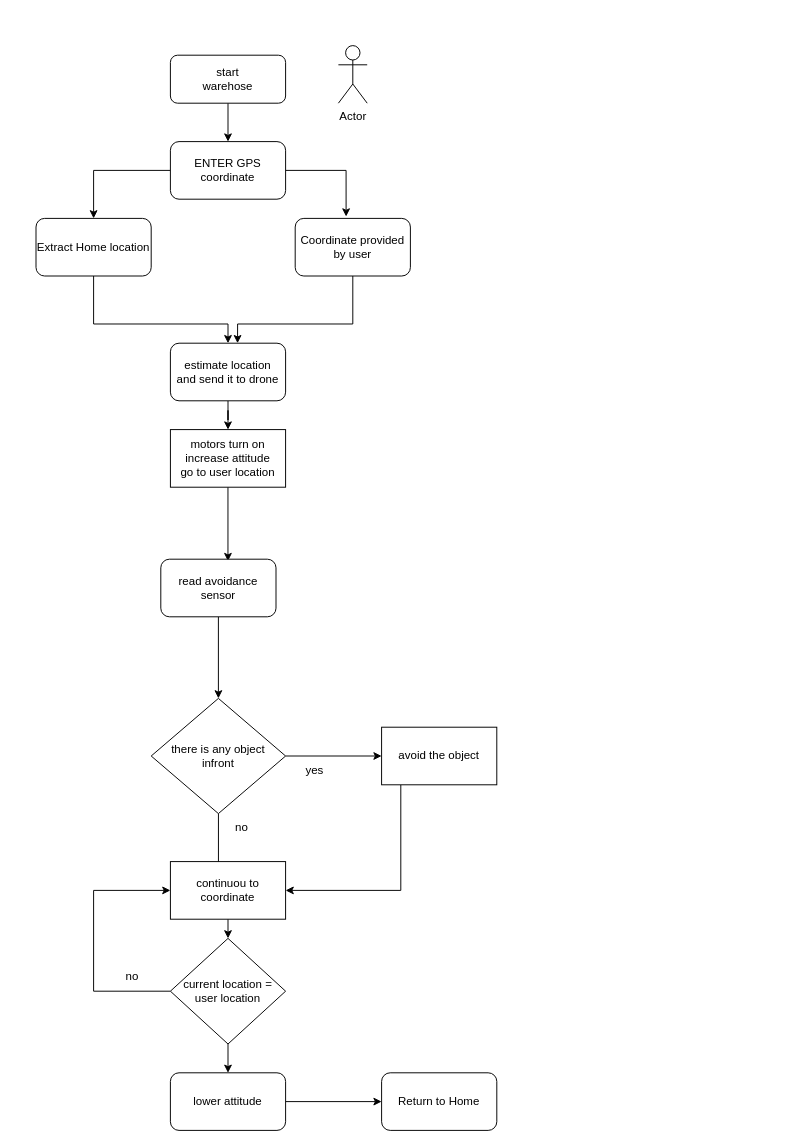
Above: Untitled Diagram.drawio in Mr-koanti/Mr-koanti.github.io (draw.io), before the change. Source tidied: cells renumbered, new cells numbered last; positions are measured from the earlier drawing's top-left corner, leaving out a move shared by most shapes. Both pictures are drawn from the tidied source at 96%, with x=0, y=0 at pixel (36, 45).
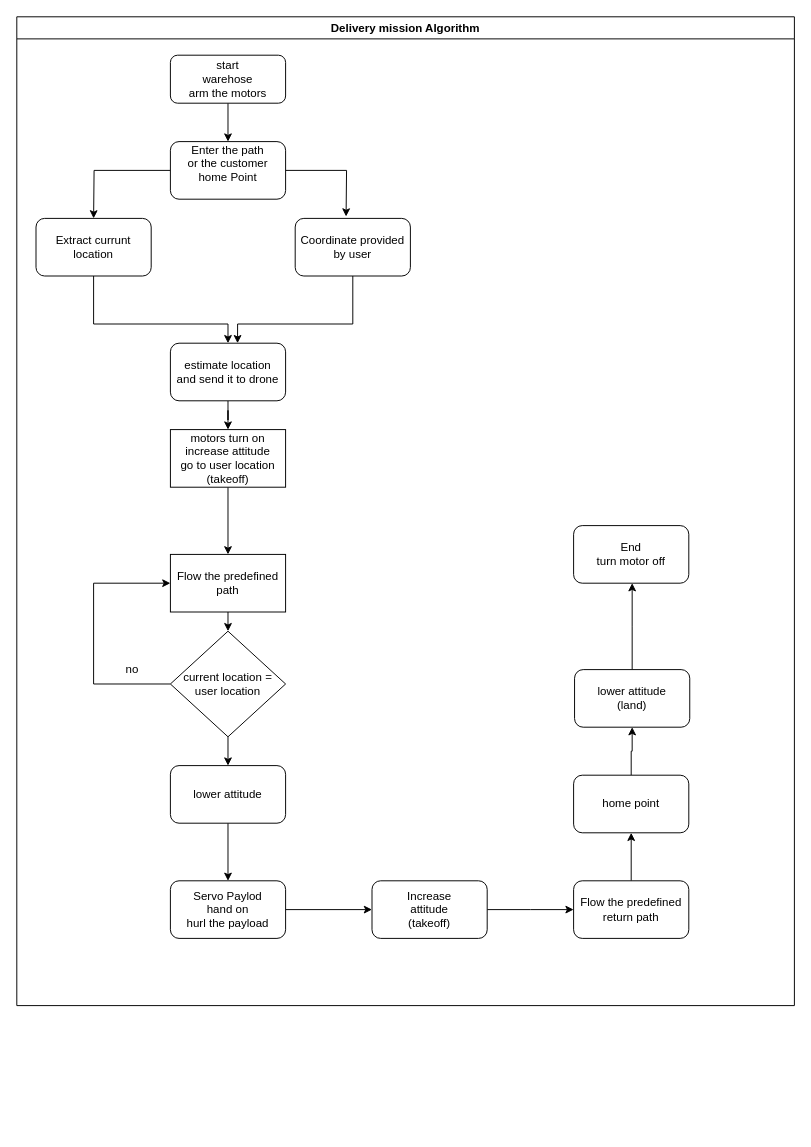
After the change.

Unchanged cells that the change refers to:
```xml
<mxCell id="8" value="&lt;div&gt;Coordinate provided &lt;br&gt;&lt;/div&gt;&lt;div&gt;by user&lt;br&gt; &lt;/div&gt;" style="rounded=1;whiteSpace=wrap;html=1;" parent="1" vertex="1">
  <mxGeometry x="270" y="180" width="120" height="60" as="geometry" />
</mxCell>
<mxCell id="12" value="&lt;div&gt;estimate location&lt;/div&gt;&lt;div&gt;and send it to drone&lt;br&gt; &lt;/div&gt;" style="rounded=1;whiteSpace=wrap;html=1;" parent="1" vertex="1">
  <mxGeometry x="140" y="310" width="120" height="60" as="geometry" />
</mxCell>
```

Change to the diagram source:
```diff
@@
-    <mxCell id="3" value="&lt;div&gt;start&lt;/div&gt;&lt;div&gt;warehose&lt;br&gt;&lt;/div&gt;" style="rounded=1;whiteSpace=wrap;html=1;fontSize=12;glass=0;strokeWidth=1;shadow=0;" parent="1" vertex="1">
+    <mxCell id="3" value="&lt;div&gt;start&lt;/div&gt;&lt;div&gt;warehose&lt;/div&gt;&lt;div&gt;arm the motors&lt;br&gt;&lt;/div&gt;" style="rounded=1;whiteSpace=wrap;html=1;fontSize=12;glass=0;strokeWidth=1;shadow=0;" parent="1" vertex="1">
       <mxGeometry x="140" y="10" width="120" height="50" as="geometry" />
     </mxCell>
-    <mxCell id="4" style="edgeStyle=orthogonalEdgeStyle;rounded=0;jettySize=auto;html=1;entryX=0.442;entryY=-0.033;entryDx=0;entryDy=0;entryPerimeter=0;" parent="1" edge="1" source="6" target="8">
-      <mxGeometry relative="1" as="geometry" />
+    <mxCell id="4" style="edgeStyle=orthogonalEdgeStyle;rounded=0;jettySize=auto;html=1;entryX=0.442;entryY=-0.033;entryDx=0;entryDy=0;entryPerimeter=0;" parent="1" edge="1" source="6">
+      <mxGeometry relative="1" as="geometry">
+        <mxPoint x="323" y="178" as="targetPoint" />
+      </mxGeometry>
     </mxCell>
-    <mxCell id="5" style="edgeStyle=orthogonalEdgeStyle;rounded=0;jettySize=auto;html=1;exitX=0;exitY=0.5;exitDx=0;exitDy=0;entryX=0.5;entryY=0;entryDx=0;entryDy=0;" parent="1" edge="1" source="6" target="10">
-      <mxGeometry relative="1" as="geometry" />
+    <mxCell id="5" style="edgeStyle=orthogonalEdgeStyle;rounded=0;jettySize=auto;html=1;exitX=0;exitY=0.5;exitDx=0;exitDy=0;entryX=0.5;entryY=0;entryDx=0;entryDy=0;" parent="1" edge="1" source="6">
+      <mxGeometry relative="1" as="geometry">
+        <mxPoint x="60" y="180" as="targetPoint" />
+      </mxGeometry>
     </mxCell>
-    <mxCell id="6" value="ENTER GPS coordinate " style="rounded=1;whiteSpace=wrap;html=1;" parent="1" vertex="1">
+    <mxCell id="6" value="&lt;div&gt;Enter the path&lt;/div&gt;&lt;div&gt;or the customer&lt;br&gt;&lt;/div&gt;&lt;div&gt;home Point&lt;br&gt;&lt;/div&gt;&lt;div&gt;&lt;br&gt; &lt;/div&gt;" style="rounded=1;whiteSpace=wrap;html=1;" parent="1" vertex="1">
       <mxGeometry x="140" y="100" width="120" height="60" as="geometry" />
     </mxCell>
-    <mxCell id="7" style="edgeStyle=orthogonalEdgeStyle;rounded=0;jettySize=auto;html=1;entryX=0.583;entryY=0;entryDx=0;entryDy=0;entryPerimeter=0;" parent="1" edge="1" source="8" target="12">
+    <mxCell id="7" style="edgeStyle=orthogonalEdgeStyle;rounded=0;jettySize=auto;html=1;entryX=0.583;entryY=0;entryDx=0;entryDy=0;entryPerimeter=0;" parent="1" edge="1" target="12">
       <mxGeometry relative="1" as="geometry">
+        <mxPoint x="330" y="240" as="sourcePoint" />
         <Array as="points">
           <mxPoint x="330" y="290" />
           <mxPoint x="210" y="290" />
         </Array>
       </mxGeometry>
     </mxCell>
@@
-    <mxCell id="9" style="edgeStyle=orthogonalEdgeStyle;rounded=0;jettySize=auto;html=1;entryX=0.5;entryY=0;entryDx=0;entryDy=0;" parent="1" edge="1" source="10" target="12">
+    <mxCell id="9" style="edgeStyle=orthogonalEdgeStyle;rounded=0;jettySize=auto;html=1;entryX=0.5;entryY=0;entryDx=0;entryDy=0;" parent="1" edge="1" target="12">
       <mxGeometry relative="1" as="geometry">
+        <mxPoint x="60" y="240" as="sourcePoint" />
         <Array as="points">
           <mxPoint x="60" y="290" />
           <mxPoint x="200" y="290" />
         </Array>
       </mxGeometry>
     </mxCell>
-    <mxCell id="10" value="Extract Home location" style="rounded=1;whiteSpace=wrap;html=1;" parent="1" vertex="1">
+    <mxCell id="10" value="Extract currunt location" style="rounded=1;whiteSpace=wrap;html=1;" parent="1" vertex="1">
       <mxGeometry y="180" width="120" height="60" as="geometry" />
     </mxCell>
@@
-    <mxCell id="13" style="edgeStyle=orthogonalEdgeStyle;rounded=0;jettySize=auto;html=1;entryX=0.583;entryY=0.033;entryDx=0;entryDy=0;entryPerimeter=0;" parent="1" edge="1" source="14" target="16">
-      <mxGeometry relative="1" as="geometry" />
-    </mxCell>
+    <mxCell id="34" style="edgeStyle=orthogonalEdgeStyle;rounded=0;jettySize=auto;html=1;" parent="1" edge="1" source="14" target="24">
+      <mxGeometry relative="1" as="geometry" />
+    </mxCell>
-    <mxCell id="14" value="&lt;div&gt;motors turn on&lt;/div&gt;&lt;div&gt;increase attitude&lt;br&gt;&lt;/div&gt;&lt;div&gt;go to user location&lt;br&gt;&lt;/div&gt;" style="rounded=0;whiteSpace=wrap;html=1;" parent="1" vertex="1">
+    <mxCell id="14" value="&lt;div&gt;motors turn on&lt;/div&gt;&lt;div&gt;increase attitude&lt;br&gt;&lt;/div&gt;&lt;div&gt;go to user location&lt;/div&gt;&lt;div&gt;(takeoff)&lt;br&gt;&lt;/div&gt;" style="rounded=0;whiteSpace=wrap;html=1;" parent="1" vertex="1">
       <mxGeometry x="140" y="400" width="120" height="60" as="geometry" />
     </mxCell>
-    <mxCell id="15" style="edgeStyle=orthogonalEdgeStyle;rounded=0;jettySize=auto;html=1;exitX=0.5;exitY=1;exitDx=0;exitDy=0;entryX=0.5;entryY=0;entryDx=0;entryDy=0;" parent="1" edge="1" source="16" target="19">
-      <mxGeometry relative="1" as="geometry" />
-    </mxCell>
-    <mxCell id="16" value="read avoidance sensor" style="rounded=1;whiteSpace=wrap;html=1;" parent="1" vertex="1">
-      <mxGeometry x="130" y="535" width="120" height="60" as="geometry" />
-    </mxCell>
-    <mxCell id="17" style="edgeStyle=orthogonalEdgeStyle;rounded=0;jettySize=auto;html=1;exitX=1;exitY=0.5;exitDx=0;exitDy=0;entryX=0;entryY=0.5;entryDx=0;entryDy=0;" parent="1" edge="1" source="19" target="21">
-      <mxGeometry relative="1" as="geometry" />
-    </mxCell>
-    <mxCell id="18" style="edgeStyle=orthogonalEdgeStyle;rounded=0;jettySize=auto;html=1;entryX=0.417;entryY=0.167;entryDx=0;entryDy=0;entryPerimeter=0;" parent="1" edge="1" source="19" target="24">
-      <mxGeometry relative="1" as="geometry" />
-    </mxCell>
-    <mxCell id="19" value="&lt;div&gt;there is any object&lt;/div&gt;&lt;div&gt;infront&lt;br&gt;&lt;/div&gt;" style="rhombus;whiteSpace=wrap;html=1;" parent="1" vertex="1">
-      <mxGeometry x="120" y="680" width="140" height="120" as="geometry" />
-    </mxCell>
-    <mxCell id="20" style="edgeStyle=orthogonalEdgeStyle;rounded=0;jettySize=auto;html=1;entryX=1;entryY=0.5;entryDx=0;entryDy=0;" parent="1" edge="1" source="21" target="24">
-      <mxGeometry relative="1" as="geometry">
-        <Array as="points">
-          <mxPoint x="380" y="880" />
-          <mxPoint x="260" y="880" />
-        </Array>
-      </mxGeometry>
-    </mxCell>
-    <mxCell id="21" value="avoid the object" style="rounded=0;whiteSpace=wrap;html=1;" parent="1" vertex="1">
-      <mxGeometry x="360" y="710" width="120" height="60" as="geometry" />
-    </mxCell>
-    <mxCell id="22" value="yes" style="text;html=1;align=center;verticalAlign=middle;strokeColor=none;fillColor=none;" parent="1" vertex="1">
-      <mxGeometry x="270" y="740" width="40" height="30" as="geometry" />
-    </mxCell>
@@
-    <mxCell id="24" value="continuou to coordinate" style="rounded=0;whiteSpace=wrap;html=1;" parent="1" vertex="1">
-      <mxGeometry x="140" y="850" width="120" height="60" as="geometry" />
+    <mxCell id="24" value="&lt;div&gt;Flow the predefined &lt;br&gt;&lt;/div&gt;&lt;div&gt;path&lt;br&gt;&lt;/div&gt;" style="rounded=0;whiteSpace=wrap;html=1;" parent="1" vertex="1">
+      <mxGeometry x="140" y="530" width="120" height="60" as="geometry" />
     </mxCell>
-    <mxCell id="25" value="no" style="text;html=1;align=center;verticalAlign=middle;strokeColor=none;fillColor=none;" parent="1" vertex="1">
-      <mxGeometry x="194" y="800" width="40" height="30" as="geometry" />
-    </mxCell>
-    <mxCell id="26" value="Actor" style="shape=umlActor;verticalLabelPosition=bottom;verticalAlign=top;html=1;" parent="1" vertex="1">
-      <mxGeometry x="315" width="30" height="60" as="geometry" />
-    </mxCell>
     <mxCell id="27" style="edgeStyle=orthogonalEdgeStyle;rounded=0;jettySize=auto;html=1;exitX=0;exitY=0.5;exitDx=0;exitDy=0;entryX=0;entryY=0.5;entryDx=0;entryDy=0;" parent="1" edge="1" source="29" target="24">
       <mxGeometry relative="1" as="geometry">
         <Array as="points">
-          <mxPoint x="60" y="985" />
-          <mxPoint x="60" y="880" />
+          <mxPoint x="60" y="665" />
+          <mxPoint x="60" y="560" />
         </Array>
       </mxGeometry>
     </mxCell>
@@
     <mxCell id="29" value="&lt;div&gt;current location =&lt;/div&gt;&lt;div&gt;user location&lt;br&gt;&lt;/div&gt;" style="rhombus;whiteSpace=wrap;html=1;" parent="1" vertex="1">
-      <mxGeometry x="140" y="930" width="120" height="110" as="geometry" />
+      <mxGeometry x="140" y="610" width="120" height="110" as="geometry" />
     </mxCell>
     <mxCell id="30" value="no" style="text;html=1;align=center;verticalAlign=middle;strokeColor=none;fillColor=none;" parent="1" vertex="1">
-      <mxGeometry x="80" y="955" width="40" height="30" as="geometry" />
+      <mxGeometry x="80" y="635" width="40" height="30" as="geometry" />
     </mxCell>
-    <mxCell id="31" style="edgeStyle=orthogonalEdgeStyle;rounded=0;jettySize=auto;html=1;" parent="1" edge="1" source="32" target="33">
-      <mxGeometry relative="1" as="geometry" />
-    </mxCell>
+    <mxCell id="35" style="edgeStyle=orthogonalEdgeStyle;rounded=0;jettySize=auto;html=1;" parent="1" edge="1" source="32">
+      <mxGeometry relative="1" as="geometry">
+        <mxPoint x="200" y="870" as="targetPoint" />
+      </mxGeometry>
+    </mxCell>
     <mxCell id="32" value="lower attitude " style="rounded=1;whiteSpace=wrap;html=1;" parent="1" vertex="1">
-      <mxGeometry x="140" y="1070" width="120" height="60" as="geometry" />
+      <mxGeometry x="140" y="750" width="120" height="60" as="geometry" />
     </mxCell>
+    <mxCell id="36" style="edgeStyle=orthogonalEdgeStyle;rounded=0;jettySize=auto;html=1;" parent="1" edge="1" source="33" target="42">
+      <mxGeometry relative="1" as="geometry" />
+    </mxCell>
-    <mxCell id="33" value="Return to Home" style="rounded=1;whiteSpace=wrap;html=1;" parent="1" vertex="1">
-      <mxGeometry x="360" y="1070" width="120" height="60" as="geometry" />
+    <mxCell id="33" value="&lt;div&gt;Flow the predefined &lt;br&gt;&lt;/div&gt;&lt;div&gt;return path&lt;br&gt;&lt;/div&gt;" style="rounded=1;whiteSpace=wrap;html=1;" parent="1" vertex="1">
+      <mxGeometry x="560" y="870" width="120" height="60" as="geometry" />
     </mxCell>
+    <mxCell id="37" style="edgeStyle=orthogonalEdgeStyle;rounded=0;jettySize=auto;html=1;" parent="1" edge="1" source="38" target="40">
+      <mxGeometry relative="1" as="geometry" />
+    </mxCell>
+    <mxCell id="38" value="&lt;div&gt;Servo Paylod&lt;/div&gt;&lt;div&gt;hand on&lt;/div&gt;&lt;div&gt;hurl the payload&lt;br&gt;&lt;/div&gt;" style="rounded=1;whiteSpace=wrap;html=1;" parent="1" vertex="1">
+      <mxGeometry x="140" y="870" width="120" height="60" as="geometry" />
+    </mxCell>
+    <mxCell id="39" style="edgeStyle=orthogonalEdgeStyle;rounded=0;jettySize=auto;html=1;" parent="1" edge="1" source="40">
+      <mxGeometry relative="1" as="geometry">
+        <mxPoint x="560" y="900" as="targetPoint" />
+      </mxGeometry>
+    </mxCell>
+    <mxCell id="40" value="&lt;div&gt;Increase &lt;br&gt;&lt;/div&gt;&lt;div&gt;attitude &lt;br&gt;&lt;/div&gt;&lt;div&gt;(takeoff)&lt;br&gt;&lt;/div&gt;" style="rounded=1;whiteSpace=wrap;html=1;" parent="1" vertex="1">
+      <mxGeometry x="350" y="870" width="120" height="60" as="geometry" />
+    </mxCell>
+    <mxCell id="41" style="edgeStyle=orthogonalEdgeStyle;rounded=0;jettySize=auto;html=1;" parent="1" edge="1" source="42" target="44">
+      <mxGeometry relative="1" as="geometry" />
+    </mxCell>
+    <mxCell id="42" value="home point " style="rounded=1;whiteSpace=wrap;html=1;" parent="1" vertex="1">
+      <mxGeometry x="560" y="760" width="120" height="60" as="geometry" />
+    </mxCell>
+    <mxCell id="43" style="edgeStyle=orthogonalEdgeStyle;rounded=0;jettySize=auto;html=1;" parent="1" edge="1" source="44">
+      <mxGeometry relative="1" as="geometry">
+        <mxPoint x="621" y="560" as="targetPoint" />
+      </mxGeometry>
+    </mxCell>
+    <mxCell id="44" value="&lt;div&gt;lower attitude &lt;/div&gt;(land)" style="rounded=1;whiteSpace=wrap;html=1;" parent="1" vertex="1">
+      <mxGeometry x="561" y="650" width="120" height="60" as="geometry" />
+    </mxCell>
+    <mxCell id="45" value="&lt;div&gt;End &lt;br&gt;&lt;/div&gt;&lt;div&gt;turn motor off&lt;br&gt;&lt;/div&gt;" style="rounded=1;whiteSpace=wrap;html=1;" parent="1" vertex="1">
+      <mxGeometry x="560" y="500" width="120" height="60" as="geometry" />
+    </mxCell>
+    <mxCell id="46" value="Delivery mission Algorithm " style="swimlane;whiteSpace=wrap;html=1;" parent="1" vertex="1">
+      <mxGeometry x="-20" y="-30" width="810" height="1030" as="geometry" />
+    </mxCell>
```
